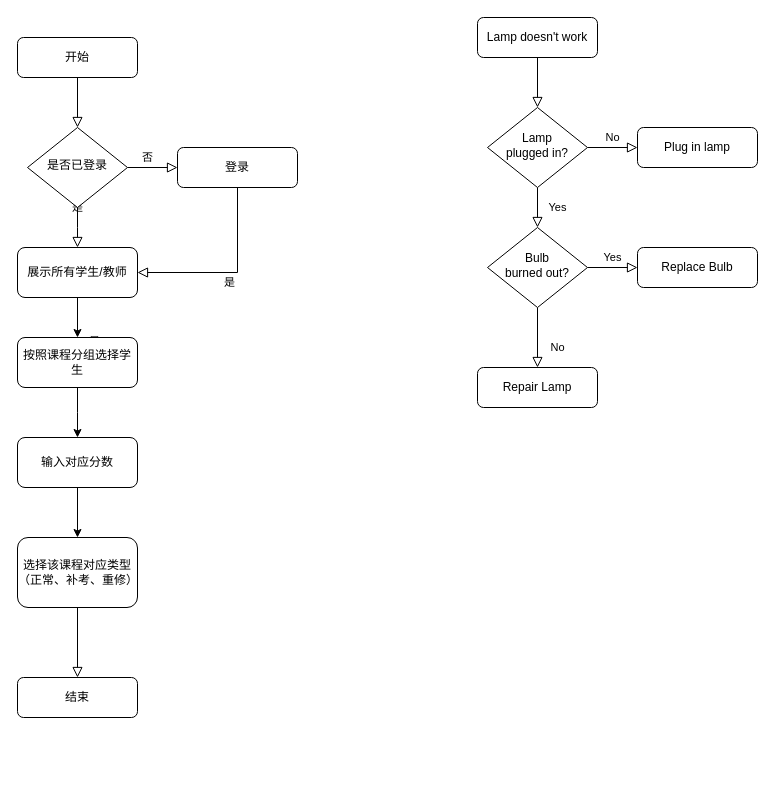
Before: 用户管理功能流程图.drawio in creazy412/none, a draw.io diagram. Source tidied: cells renumbered, new cells numbered last; positions are measured from the earlier drawing's top-left corner, leaving out a move shared by most shapes. Both pictures are drawn from the tidied source at 100%, with x=0, y=0 at pixel (17, 17).
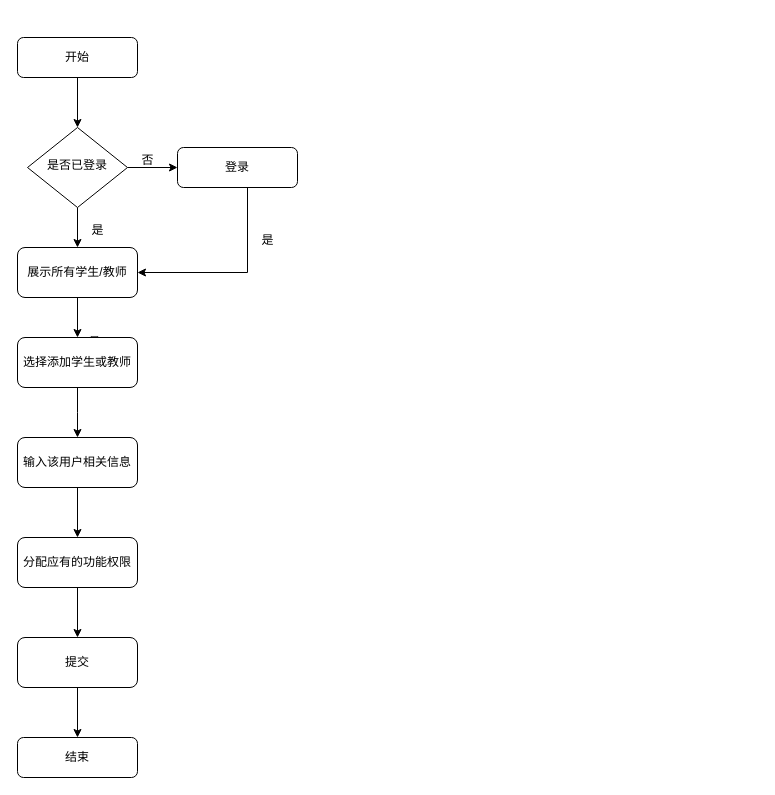
Above is the later version.

Commit message (it also covers changes not shown here):
更新用户管理功能流程图.drawio

Unchanged cells that the change refers to:
```xml
<mxCell id="14" value="开始" style="rounded=1;whiteSpace=wrap;html=1;fontSize=12;glass=0;strokeWidth=1;shadow=0;" parent="1" vertex="1">
  <mxGeometry y="20" width="120" height="40" as="geometry" />
</mxCell>
<mxCell id="17" value="是否已登录" style="rhombus;whiteSpace=wrap;html=1;shadow=0;fontFamily=Helvetica;fontSize=12;align=center;strokeWidth=1;spacing=6;spacingTop=-4;" parent="1" vertex="1">
  <mxGeometry x="10" y="110" width="100" height="80" as="geometry" />
</mxCell>
<mxCell id="18" value="登录" style="rounded=1;whiteSpace=wrap;html=1;fontSize=12;glass=0;strokeWidth=1;shadow=0;" parent="1" vertex="1">
  <mxGeometry x="160" y="130" width="120" height="40" as="geometry" />
</mxCell>
<mxCell id="26" value="展示所有学生/教师" style="rounded=1;whiteSpace=wrap;html=1;fontSize=12;glass=0;strokeWidth=1;shadow=0;" parent="1" vertex="1">
  <mxGeometry y="230" width="120" height="50" as="geometry" />
</mxCell>
```

Diff of the diagram source:
```diff
@@
-    <mxCell id="2" style="rounded=0;html=1;jettySize=auto;fontSize=11;endArrow=block;endFill=0;endSize=8;strokeWidth=1;shadow=0;labelBackgroundColor=none;edgeStyle=orthogonalEdgeStyle;" parent="1" edge="1" source="3" target="6">
-      <mxGeometry relative="1" as="geometry" />
-    </mxCell>
-    <mxCell id="3" value="Lamp doesn't work" style="rounded=1;whiteSpace=wrap;html=1;fontSize=12;glass=0;strokeWidth=1;shadow=0;" parent="1" vertex="1">
-      <mxGeometry x="460" width="120" height="40" as="geometry" />
-    </mxCell>
-    <mxCell id="4" value="Yes" style="rounded=0;html=1;jettySize=auto;fontSize=11;endArrow=block;endFill=0;endSize=8;strokeWidth=1;shadow=0;labelBackgroundColor=none;edgeStyle=orthogonalEdgeStyle;" parent="1" edge="1" source="6" target="10">
-      <mxGeometry y="20" relative="1" as="geometry" />
-    </mxCell>
-    <mxCell id="5" value="No" style="edgeStyle=orthogonalEdgeStyle;rounded=0;html=1;jettySize=auto;fontSize=11;endArrow=block;endFill=0;endSize=8;strokeWidth=1;shadow=0;labelBackgroundColor=none;" parent="1" edge="1" source="6" target="7">
-      <mxGeometry y="10" relative="1" as="geometry" />
-    </mxCell>
-    <mxCell id="6" value="Lamp&lt;br&gt;plugged in?" style="rhombus;whiteSpace=wrap;html=1;shadow=0;fontFamily=Helvetica;fontSize=12;align=center;strokeWidth=1;spacing=6;spacingTop=-4;" parent="1" vertex="1">
-      <mxGeometry x="470" y="90" width="100" height="80" as="geometry" />
-    </mxCell>
-    <mxCell id="7" value="Plug in lamp" style="rounded=1;whiteSpace=wrap;html=1;fontSize=12;glass=0;strokeWidth=1;shadow=0;" parent="1" vertex="1">
-      <mxGeometry x="620" y="110" width="120" height="40" as="geometry" />
-    </mxCell>
-    <mxCell id="8" value="No" style="rounded=0;html=1;jettySize=auto;fontSize=11;endArrow=block;endFill=0;endSize=8;strokeWidth=1;shadow=0;labelBackgroundColor=none;edgeStyle=orthogonalEdgeStyle;" parent="1" edge="1" source="10" target="11">
-      <mxGeometry x="0.33" y="20" relative="1" as="geometry" />
-    </mxCell>
-    <mxCell id="9" value="Yes" style="edgeStyle=orthogonalEdgeStyle;rounded=0;html=1;jettySize=auto;fontSize=11;endArrow=block;endFill=0;endSize=8;strokeWidth=1;shadow=0;labelBackgroundColor=none;" parent="1" edge="1" source="10" target="12">
-      <mxGeometry y="10" relative="1" as="geometry" />
-    </mxCell>
-    <mxCell id="10" value="Bulb&lt;br&gt;burned out?" style="rhombus;whiteSpace=wrap;html=1;shadow=0;fontFamily=Helvetica;fontSize=12;align=center;strokeWidth=1;spacing=6;spacingTop=-4;" parent="1" vertex="1">
-      <mxGeometry x="470" y="210" width="100" height="80" as="geometry" />
-    </mxCell>
-    <mxCell id="11" value="Repair Lamp" style="rounded=1;whiteSpace=wrap;html=1;fontSize=12;glass=0;strokeWidth=1;shadow=0;" parent="1" vertex="1">
-      <mxGeometry x="460" y="350" width="120" height="40" as="geometry" />
-    </mxCell>
-    <mxCell id="12" value="Replace Bulb" style="rounded=1;whiteSpace=wrap;html=1;fontSize=12;glass=0;strokeWidth=1;shadow=0;" parent="1" vertex="1">
-      <mxGeometry x="620" y="230" width="120" height="40" as="geometry" />
-    </mxCell>
-    <mxCell id="13" style="rounded=0;html=1;jettySize=auto;fontSize=11;endArrow=block;endFill=0;endSize=8;strokeWidth=1;shadow=0;labelBackgroundColor=none;edgeStyle=orthogonalEdgeStyle;" parent="1" edge="1" source="14" target="17">
+    <mxCell id="13" style="edgeStyle=orthogonalEdgeStyle;rounded=0;jettySize=auto;html=1;" parent="1" edge="1" source="14" target="17">
       <mxGeometry relative="1" as="geometry" />
     </mxCell>
@@
-    <mxCell id="15" value="是" style="rounded=0;html=1;jettySize=auto;fontSize=11;endArrow=block;endFill=0;endSize=8;strokeWidth=1;shadow=0;labelBackgroundColor=none;edgeStyle=orthogonalEdgeStyle;" parent="1" edge="1" source="17">
-      <mxGeometry y="20" relative="1" as="geometry">
-        <mxPoint x="60" y="230" as="targetPoint" />
-      </mxGeometry>
-    </mxCell>
-    <mxCell id="16" value="否" style="edgeStyle=orthogonalEdgeStyle;rounded=0;html=1;jettySize=auto;fontSize=11;endArrow=block;endFill=0;endSize=8;strokeWidth=1;shadow=0;labelBackgroundColor=none;" parent="1" edge="1" source="17" target="18">
-      <mxGeometry x="-0.2" y="10" relative="1" as="geometry" />
-    </mxCell>
+    <mxCell id="30" style="edgeStyle=orthogonalEdgeStyle;rounded=0;jettySize=auto;html=1;" parent="1" edge="1" source="17" target="26">
+      <mxGeometry relative="1" as="geometry" />
+    </mxCell>
+    <mxCell id="31" style="edgeStyle=orthogonalEdgeStyle;rounded=0;jettySize=auto;html=1;" parent="1" edge="1" source="17" target="18">
+      <mxGeometry relative="1" as="geometry" />
+    </mxCell>
@@
+    <mxCell id="20" style="edgeStyle=orthogonalEdgeStyle;rounded=0;jettySize=auto;html=1;entryX=1;entryY=0.5;entryDx=0;entryDy=0;" parent="1" edge="1" source="18" target="26">
+      <mxGeometry relative="1" as="geometry">
+        <Array as="points">
+          <mxPoint x="230" y="255" />
+        </Array>
+      </mxGeometry>
+    </mxCell>
@@
-    <mxCell id="19" style="rounded=0;html=1;jettySize=auto;fontSize=11;endArrow=block;endFill=0;endSize=8;strokeWidth=1;shadow=0;labelBackgroundColor=none;edgeStyle=orthogonalEdgeStyle;exitX=0.5;exitY=1;exitDx=0;exitDy=0;" parent="1" edge="1" source="23" target="22">
-      <mxGeometry x="0.34" y="20" relative="1" as="geometry" />
-    </mxCell>
-    <mxCell id="20" value="是" style="edgeStyle=orthogonalEdgeStyle;rounded=0;html=1;jettySize=auto;fontSize=11;endArrow=block;endFill=0;endSize=8;strokeWidth=1;shadow=0;labelBackgroundColor=none;exitX=0.5;exitY=1;exitDx=0;exitDy=0;entryX=1;entryY=0.5;entryDx=0;entryDy=0;" parent="1" edge="1" source="18" target="26">
-      <mxGeometry y="10" relative="1" as="geometry" />
-    </mxCell>
@@
     <mxCell id="22" value="结束" style="rounded=1;whiteSpace=wrap;html=1;fontSize=12;glass=0;strokeWidth=1;shadow=0;" parent="1" vertex="1">
-      <mxGeometry y="660" width="120" height="40" as="geometry" />
+      <mxGeometry y="720" width="120" height="40" as="geometry" />
     </mxCell>
+    <mxCell id="32" style="edgeStyle=orthogonalEdgeStyle;rounded=0;jettySize=auto;html=1;" parent="1" edge="1" source="23" target="36">
+      <mxGeometry relative="1" as="geometry" />
+    </mxCell>
-    <mxCell id="23" value="选择该课程对应类型（正常、补考、重修）" style="rounded=1;whiteSpace=wrap;html=1;fontSize=12;glass=0;strokeWidth=1;shadow=0;" parent="1" vertex="1">
-      <mxGeometry y="520" width="120" height="70" as="geometry" />
+    <mxCell id="23" value="分配应有的功能权限" style="rounded=1;whiteSpace=wrap;html=1;fontSize=12;glass=0;strokeWidth=1;shadow=0;" parent="1" vertex="1">
+      <mxGeometry y="520" width="120" height="50" as="geometry" />
     </mxCell>
@@
-    <mxCell id="27" value="按照课程分组选择学生" style="rounded=1;whiteSpace=wrap;html=1;fontSize=12;glass=0;strokeWidth=1;shadow=0;" parent="1" vertex="1">
+    <mxCell id="27" value="选择添加学生或教师" style="rounded=1;whiteSpace=wrap;html=1;fontSize=12;glass=0;strokeWidth=1;shadow=0;" parent="1" vertex="1">
       <mxGeometry y="320" width="120" height="50" as="geometry" />
     </mxCell>
@@
-    <mxCell id="29" value="输入对应分数" style="rounded=1;whiteSpace=wrap;html=1;fontSize=12;glass=0;strokeWidth=1;shadow=0;" parent="1" vertex="1">
+    <mxCell id="29" value="输入该用户相关信息" style="rounded=1;whiteSpace=wrap;html=1;fontSize=12;glass=0;strokeWidth=1;shadow=0;" parent="1" vertex="1">
       <mxGeometry y="420" width="120" height="50" as="geometry" />
     </mxCell>
+    <mxCell id="33" value="是" style="text;html=1;align=center;verticalAlign=middle;strokeColor=none;fillColor=none;" parent="1" vertex="1">
+      <mxGeometry x="60" y="198" width="40" height="30" as="geometry" />
+    </mxCell>
+    <mxCell id="16" value="否" style="text;html=1;align=center;verticalAlign=middle;strokeColor=none;fillColor=none;" parent="1" vertex="1">
+      <mxGeometry x="110" y="128" width="40" height="30" as="geometry" />
+    </mxCell>
+    <mxCell id="34" value="是" style="text;html=1;align=center;verticalAlign=middle;strokeColor=none;fillColor=none;" parent="1" vertex="1">
+      <mxGeometry x="230" y="208" width="40" height="30" as="geometry" />
+    </mxCell>
+    <mxCell id="35" style="edgeStyle=orthogonalEdgeStyle;rounded=0;jettySize=auto;html=1;" parent="1" edge="1" source="36" target="22">
+      <mxGeometry relative="1" as="geometry" />
+    </mxCell>
+    <mxCell id="36" value="提交" style="rounded=1;whiteSpace=wrap;html=1;fontSize=12;glass=0;strokeWidth=1;shadow=0;" parent="1" vertex="1">
+      <mxGeometry y="620" width="120" height="50" as="geometry" />
+    </mxCell>
```
